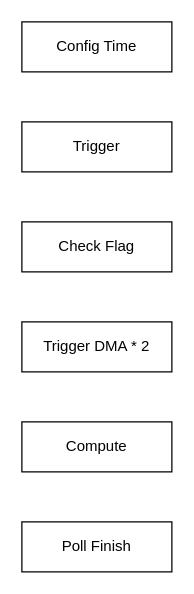
This is TC2LINK/Link_Allreduce_Op.drawio from BEYHHH/SBLP, a draw.io file, before an edit. Source tidied: cells renumbered, new cells numbered last; positions are measured from the earlier drawing's top-left corner, leaving out a move shared by most shapes. Both pictures are drawn from the tidied source at 125%, with x=0, y=0 at pixel (21, 21).
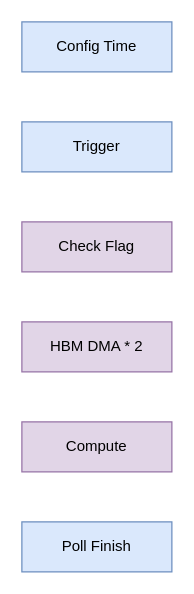
The same diagram, later.

The edit, as a diff of the source:
```diff
@@
 <mxGraphModel>
   <root>
     <mxCell id="0" />
     <mxCell id="1" parent="0" />
-    <mxCell id="2" value="Config Time" style="rounded=0;whiteSpace=wrap;html=1;" parent="1" vertex="1">
+    <mxCell id="2" value="Config Time" style="rounded=0;whiteSpace=wrap;html=1;fillColor=#dae8fc;strokeColor=#6c8ebf;" parent="1" vertex="1">
       <mxGeometry width="120" height="40" as="geometry" />
     </mxCell>
-    <mxCell id="3" value="Trigger" style="rounded=0;whiteSpace=wrap;html=1;" parent="1" vertex="1">
+    <mxCell id="3" value="Trigger" style="rounded=0;whiteSpace=wrap;html=1;fillColor=#dae8fc;strokeColor=#6c8ebf;" parent="1" vertex="1">
       <mxGeometry y="80" width="120" height="40" as="geometry" />
     </mxCell>
-    <mxCell id="4" value="Check Flag" style="rounded=0;whiteSpace=wrap;html=1;" parent="1" vertex="1">
+    <mxCell id="4" value="Check Flag" style="rounded=0;whiteSpace=wrap;html=1;fillColor=#e1d5e7;strokeColor=#9673a6;" parent="1" vertex="1">
       <mxGeometry y="160" width="120" height="40" as="geometry" />
     </mxCell>
-    <mxCell id="5" value="Trigger DMA * 2" style="rounded=0;whiteSpace=wrap;html=1;" parent="1" vertex="1">
+    <mxCell id="5" value="HBM DMA * 2" style="rounded=0;whiteSpace=wrap;html=1;fillColor=#e1d5e7;strokeColor=#9673a6;" parent="1" vertex="1">
       <mxGeometry y="240" width="120" height="40" as="geometry" />
     </mxCell>
-    <mxCell id="6" value="Compute" style="rounded=0;whiteSpace=wrap;html=1;" parent="1" vertex="1">
+    <mxCell id="6" value="Compute" style="rounded=0;whiteSpace=wrap;html=1;fillColor=#e1d5e7;strokeColor=#9673a6;" parent="1" vertex="1">
       <mxGeometry y="320" width="120" height="40" as="geometry" />
     </mxCell>
-    <mxCell id="7" value="Poll Finish" style="rounded=0;whiteSpace=wrap;html=1;" parent="1" vertex="1">
+    <mxCell id="7" value="Poll Finish" style="rounded=0;whiteSpace=wrap;html=1;fillColor=#dae8fc;strokeColor=#6c8ebf;" parent="1" vertex="1">
       <mxGeometry y="400" width="120" height="40" as="geometry" />
     </mxCell>
   </root>
 </mxGraphModel>
```
